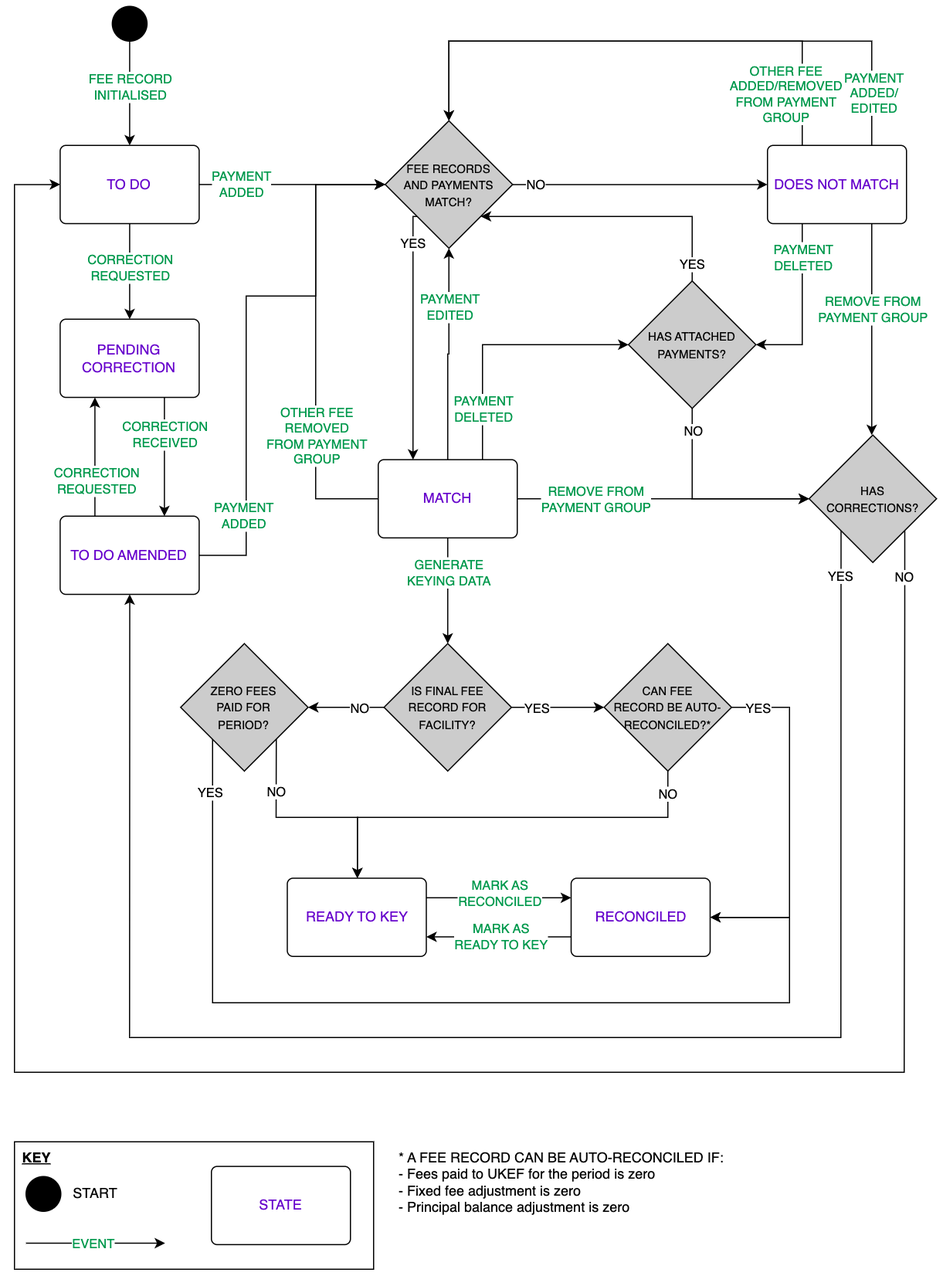
Earlier version of the draw.io export doc/assets/fee-record-state-machine.png (UK-Export-Finance/dtfs2). Source tidied: cells renumbered, new cells last; positions are measured from the earlier drawing's top-left corner, leaving out a move shared by most shapes.
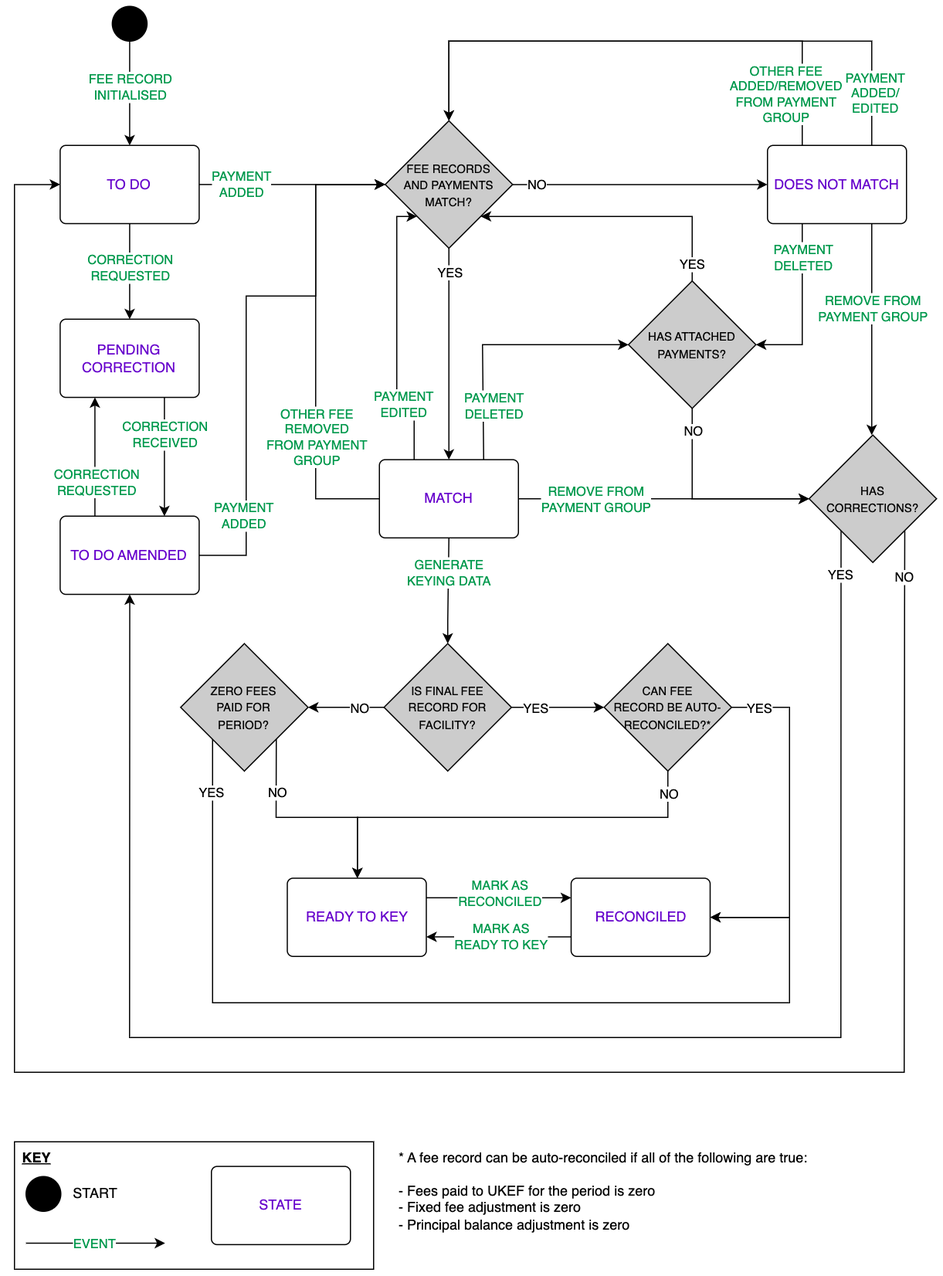
After the change.

Commit message:
docs(FN-3823): tidy some lines, clarify content at bottom

Diff of the diagram source:
```diff
@@ -101,17 +101,17 @@
         <mxPoint x="-38" as="offset" />
       </mxGeometry>
     </mxCell>
-    <mxCell id="22" style="edgeStyle=orthogonalEdgeStyle;rounded=0;jettySize=auto;html=1;exitX=0;exitY=1;exitDx=0;exitDy=0;entryX=0.25;entryY=0;entryDx=0;entryDy=0;" parent="1" edge="1" source="2" target="48">
+    <mxCell id="22" style="edgeStyle=orthogonalEdgeStyle;rounded=0;jettySize=auto;html=1;entryX=0.5;entryY=0;entryDx=0;entryDy=0;exitX=0.5;exitY=1;exitDx=0;exitDy=0;" parent="1" edge="1" source="2" target="48">
       <mxGeometry relative="1" as="geometry">
         <Array as="points">
-          <mxPoint x="344" y="181" />
-          <mxPoint x="344" y="391" />
+          <mxPoint x="375" y="340" />
+          <mxPoint x="375" y="340" />
         </Array>
       </mxGeometry>
     </mxCell>
     <mxCell id="23" value="YES" style="edgeLabel;html=1;align=center;verticalAlign=middle;" parent="22" vertex="1">
       <mxGeometry x="-0.15" relative="1" as="geometry">
-        <mxPoint x="-1" y="-64" as="offset" />
+        <mxPoint y="-57" as="offset" />
       </mxGeometry>
     </mxCell>
     <mxCell id="24" style="edgeStyle=orthogonalEdgeStyle;rounded=0;jettySize=auto;html=1;exitX=1;exitY=0.5;exitDx=0;exitDy=0;entryX=0;entryY=0.5;entryDx=0;entryDy=0;" parent="1" edge="1" source="2" target="15">
@@ -184,7 +184,7 @@
     <mxCell id="36" value="&lt;font style=&quot;font-size: 10px;&quot;&gt;HAS&lt;br&gt;CORRECTIONS?&lt;br&gt;&lt;/font&gt;" style="rhombus;whiteSpace=wrap;html=1;labelBackgroundColor=none;fillColor=#CCCCCC;fontColor=default;" parent="1" vertex="1">
       <mxGeometry x="685.9" y="370" width="110" height="110" as="geometry" />
     </mxCell>
-    <mxCell id="37" value="* A FEE RECORD CAN BE AUTO-RECONCILED IF:&lt;br&gt;- Fees paid to UKEF for the period is zero&lt;br&gt;- Fixed fee adjustment is zero&lt;br&gt;- Principal balance adjustment is zero" style="text;html=1;strokeColor=none;fillColor=none;align=left;verticalAlign=top;whiteSpace=wrap;rounded=0;" parent="1" vertex="1">
+    <mxCell id="37" value="* A fee record can be auto-reconciled if all of the following are true:&lt;br&gt;&lt;br&gt;- Fees paid to UKEF for the period is zero&lt;br&gt;- Fixed fee adjustment is zero&lt;br&gt;- Principal balance adjustment is zero" style="text;html=1;strokeColor=none;fillColor=none;align=left;verticalAlign=top;whiteSpace=wrap;rounded=0;" parent="1" vertex="1">
       <mxGeometry x="330" y="980" width="447" height="110" as="geometry" />
     </mxCell>
     <mxCell id="38" style="endArrow=classic;html=1;rounded=0;exitX=1;exitY=0.5;exitDx=0;exitDy=0;edgeStyle=orthogonalEdgeStyle;entryX=0;entryY=0.5;entryDx=0;entryDy=0;" parent="1" edge="1" source="48" target="36">
@@ -235,19 +235,25 @@
     </mxCell>
     <mxCell id="45" value="&lt;font color=&quot;#00994d&quot;&gt;&lt;font style=&quot;border-color: var(--border-color);&quot;&gt;PAYMENT&lt;/font&gt;&lt;br style=&quot;border-color: var(--border-color);&quot;&gt;&lt;span style=&quot;border-color: var(--border-color);&quot;&gt;DELETED&lt;/span&gt;&lt;/font&gt;" style="edgeLabel;html=1;align=center;verticalAlign=middle;" parent="44" vertex="1">
       <mxGeometry x="-0.69" relative="1" as="geometry">
-        <mxPoint y="-9" as="offset" />
+        <mxPoint x="9" y="-12" as="offset" />
       </mxGeometry>
     </mxCell>
-    <mxCell id="46" style="edgeStyle=orthogonalEdgeStyle;rounded=0;jettySize=auto;html=1;exitX=0.5;exitY=0;exitDx=0;exitDy=0;entryX=0.5;entryY=1;entryDx=0;entryDy=0;" parent="1" edge="1" source="48" target="2">
-      <mxGeometry relative="1" as="geometry" />
+    <mxCell id="46" style="edgeStyle=orthogonalEdgeStyle;rounded=0;jettySize=auto;html=1;entryX=0;entryY=1;entryDx=0;entryDy=0;exitX=0.25;exitY=0;exitDx=0;exitDy=0;" parent="1" edge="1" source="48" target="2">
+      <mxGeometry relative="1" as="geometry">
+        <Array as="points">
+          <mxPoint x="345" y="340" />
+          <mxPoint x="330" y="340" />
+          <mxPoint x="330" y="181" />
+        </Array>
+      </mxGeometry>
     </mxCell>
     <mxCell id="47" value="&lt;font color=&quot;#00994d&quot;&gt;&lt;font style=&quot;border-color: var(--border-color);&quot;&gt;PAYMENT&lt;/font&gt;&lt;br style=&quot;border-color: var(--border-color);&quot;&gt;EDITED&lt;/font&gt;" style="edgeLabel;html=1;align=center;verticalAlign=middle;" parent="46" vertex="1">
       <mxGeometry x="0.39" y="-1" relative="1" as="geometry">
-        <mxPoint x="-1" y="-4" as="offset" />
+        <mxPoint x="4" y="107" as="offset" />
       </mxGeometry>
     </mxCell>
     <mxCell id="48" value="&lt;font color=&quot;#6600cc&quot;&gt;MATCH&lt;/font&gt;" style="html=1;align=center;verticalAlign=middle;rounded=1;absoluteArcSize=1;arcSize=10;dashed=0;whiteSpace=wrap;" parent="1" vertex="1">
-      <mxGeometry x="314" y="391.2" width="120" height="67.5" as="geometry" />
+      <mxGeometry x="315" y="391.2" width="120" height="67.5" as="geometry" />
     </mxCell>
     <mxCell id="49" style="edgeStyle=orthogonalEdgeStyle;rounded=0;jettySize=auto;html=1;exitX=0.5;exitY=0;exitDx=0;exitDy=0;entryX=1;entryY=1;entryDx=0;entryDy=0;" parent="1" edge="1" source="51" target="2">
       <mxGeometry relative="1" as="geometry">
```
